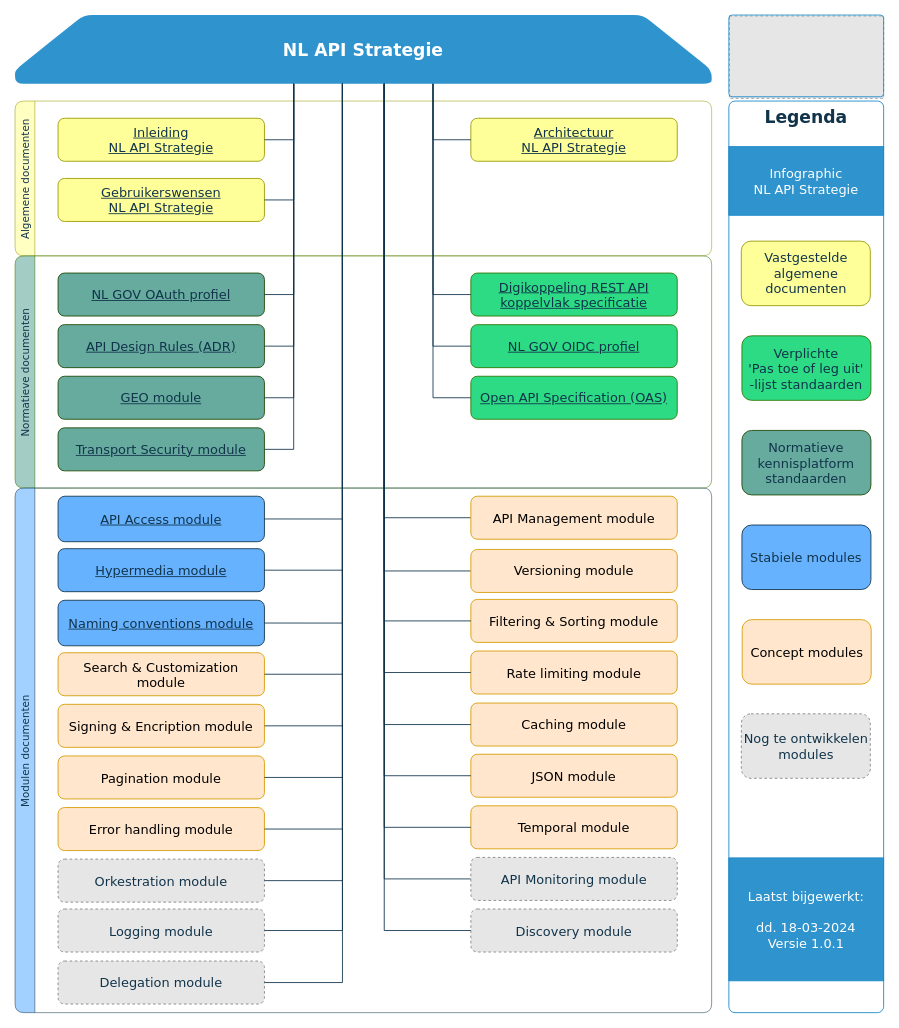
The draw.io diagram page "versie 101" (1 of 2) of media/API infographic.drawio in Geonovum/KP-APIs, before the edit. Source tidied: cells renumbered, new cells numbered last; positions are measured from the earlier drawing's top-left corner, leaving out a move shared by most shapes. Both pictures are drawn from the tidied source at 86%, with x=0, y=0 at pixel (15, 15). Pictures stored in the file or linked from it are replaced by grey dashed boxes.
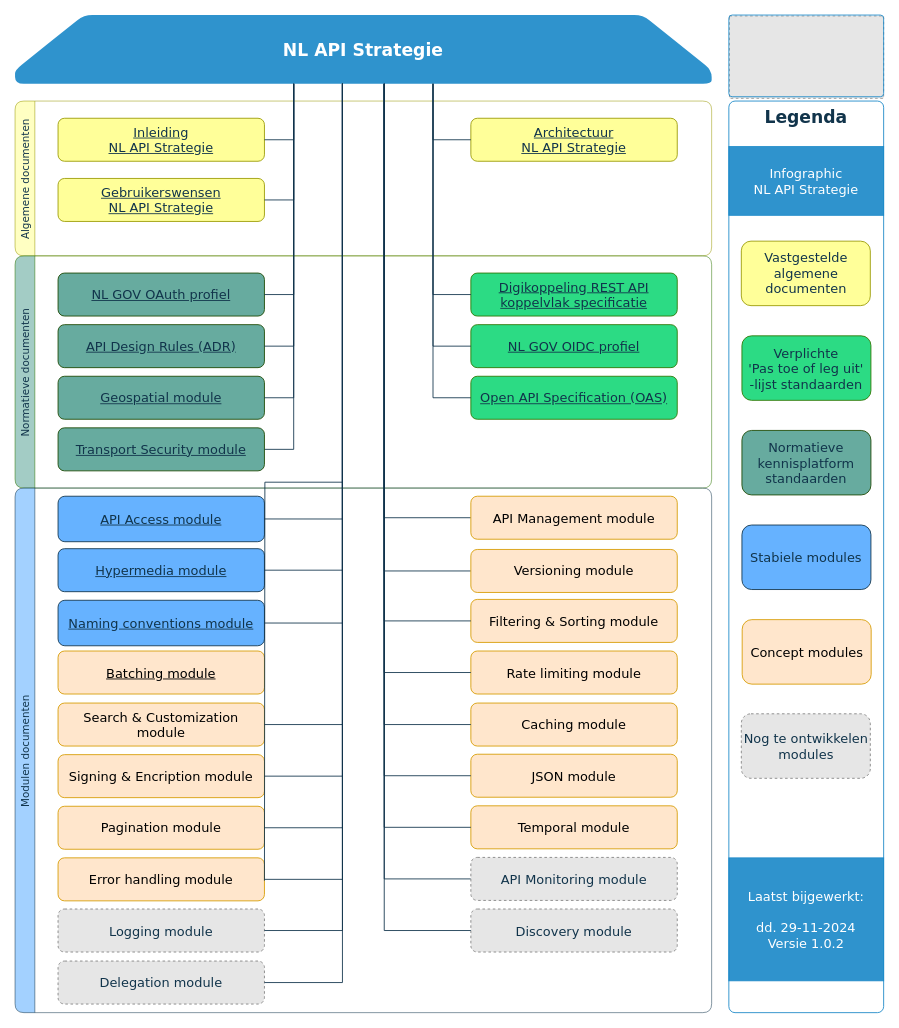
Above is the later version.

Unchanged cells that the change refers to:
```xml
<mxCell id="12" value="Normatieve documenten" style="swimlane;horizontal=0;rounded=1;strokeColor=#2D7600;fillColor=#67AB9F;fontFamily=Verdana;fontStyle=0;opacity=60;fontColor=#11344B;fontSize=12;" parent="1" vertex="1">
  <mxGeometry y="280" width="810" height="270" as="geometry" />
</mxCell>
<mxCell id="20" value="&lt;span&gt;NL API Strategie&lt;/span&gt;" style="shape=loopLimit;whiteSpace=wrap;html=1;fontSize=20;fillColor=#1988C8;fontFamily=Verdana;fontStyle=1;size=140;fontColor=#FFFFFF;strokeColor=none;rounded=1;points=[[0,0,0,0,0],[0,0.26,0,0,0],[0,0.5,0,0,0],[0,0.74,0,0,0],[0,1,0,0,0],[0.07,1,0,0,0],[0.13,1,0,0,0],[0.2,1,0,0,0],[0.25,0,0,0,0],[0.25,1,0,0,0],[0.27,1,0,0,0],[0.33,1,0,0,0],[0.4,1,0,0,0],[0.47,1,0,0,0],[0.5,0,0,0,0],[0.5,1,0,0,0],[0.53,1,0,0,0],[0.6,1,0,0,0],[0.67,1,0,0,0],[0.73,1,0,0,0],[0.75,0,0,0,0],[0.75,1,0,0,0],[0.8,1,0,0,0],[0.87,1,0,0,0],[0.93,1,0,0,0],[1,0,0,0,0],[1,0.26,0,0,0],[1,0.5,0,0,0],[1,0.76,0,0,0],[1,1,0,0,0]];opacity=90;shadow=0;sketch=0;" parent="1" vertex="1">
  <mxGeometry width="810" height="79.9" as="geometry" />
</mxCell>
<mxCell id="21" value="Modulen documenten" style="swimlane;horizontal=0;rounded=1;strokeColor=#11344B;fillColor=#66B2FF;fontFamily=Verdana;fontStyle=0;opacity=60;fontColor=#11344B;fontSize=12;" parent="1" vertex="1">
  <mxGeometry y="550" width="810" height="610" as="geometry" />
</mxCell>
```

The edit, as a diff of the source:
```diff
@@
-<mxGraphModel>
+<mxGraphModel background="#ffffff">
@@
-    <mxCell id="18" value="GEO module" style="rounded=1;whiteSpace=wrap;html=1;fontSize=15;fontStyle=4;fillColor=#67AB9F;strokeColor=#1B4700;fontColor=#11344B;fontFamily=Verdana;" parent="12" vertex="1">
+    <mxCell id="18" value="Geospatial module" style="rounded=1;whiteSpace=wrap;html=1;fontSize=15;fontStyle=4;fillColor=#67AB9F;strokeColor=#1B4700;fontColor=#11344B;fontFamily=Verdana;" parent="12" vertex="1">
       <mxGeometry x="50" y="140" width="240" height="50" as="geometry" />
     </mxCell>
@@
     <mxCell id="25" value="Signing &amp;amp; Encription module" style="rounded=1;whiteSpace=wrap;html=1;fontSize=15;fontStyle=0;fillColor=#ffe6cc;strokeColor=#d79b00;fontColor=default;fontFamily=Verdana;" parent="21" vertex="1">
-      <mxGeometry x="50" y="251.5" width="240" height="50" as="geometry" />
+      <mxGeometry x="50" y="310" width="240" height="50" as="geometry" />
     </mxCell>
@@
     <mxCell id="29" value="Search &amp;amp; Customization module" style="rounded=1;whiteSpace=wrap;html=1;fontSize=15;fontStyle=0;fillColor=#ffe6cc;strokeColor=#d79b00;fontColor=default;fontFamily=Verdana;" parent="21" vertex="1">
-      <mxGeometry x="50" y="191.5" width="240" height="50" as="geometry" />
+      <mxGeometry x="50" y="250" width="240" height="50" as="geometry" />
     </mxCell>
@@
     <mxCell id="32" value="Pagination module" style="rounded=1;whiteSpace=wrap;html=1;fontSize=15;fontStyle=0;fillColor=#ffe6cc;strokeColor=#d79b00;fontColor=default;fontFamily=Verdana;" parent="21" vertex="1">
-      <mxGeometry x="50" y="311.5" width="240" height="50" as="geometry" />
+      <mxGeometry x="50" y="370" width="240" height="50" as="geometry" />
     </mxCell>
@@
     <mxCell id="35" value="Error handling module" style="rounded=1;whiteSpace=wrap;html=1;fontSize=15;fontStyle=0;fillColor=#ffe6cc;strokeColor=#d79b00;fontColor=default;fontFamily=Verdana;" parent="21" vertex="1">
-      <mxGeometry x="50" y="371.5" width="240" height="50" as="geometry" />
+      <mxGeometry x="50" y="430" width="240" height="50" as="geometry" />
     </mxCell>
@@
-    <mxCell id="37" value="Orkestration module" style="rounded=1;whiteSpace=wrap;html=1;fontSize=15;fontStyle=0;fillColor=#E6E6E6;strokeColor=#808080;fontColor=#11344B;fontFamily=Verdana;dashed=1;" parent="21" vertex="1">
-      <mxGeometry x="50" y="431.5" width="240" height="50" as="geometry" />
-    </mxCell>
@@
+    <mxCell id="76" value="&lt;u&gt;Batching module&lt;/u&gt;" style="rounded=1;whiteSpace=wrap;html=1;fontSize=15;fontStyle=0;fillColor=#ffe6cc;strokeColor=#d79b00;fontColor=default;fontFamily=Verdana;" parent="21" vertex="1">
+      <mxGeometry x="50" y="189.5" width="240" height="50" as="geometry" />
+    </mxCell>
@@
-    <mxCell id="52" value="Laatst bijgewerkt:&lt;br&gt;&lt;br&gt;dd. 18-03-2024&lt;br&gt;Versie 1.0.1" style="text;html=1;strokeColor=#1988C8;fillColor=#1988C8;align=center;verticalAlign=middle;whiteSpace=wrap;rounded=0;fontFamily=Verdana;fontSize=15;fontColor=#FFFFFF;opacity=90;" parent="1" vertex="1">
+    <mxCell id="52" value="Laatst bijgewerkt:&lt;br&gt;&lt;br&gt;dd. 29-11-2024&lt;br&gt;Versie 1.0.2" style="text;html=1;strokeColor=#1988C8;fillColor=#1988C8;align=center;verticalAlign=middle;whiteSpace=wrap;rounded=0;fontFamily=Verdana;fontSize=15;fontColor=#FFFFFF;opacity=90;" parent="1" vertex="1">
       <mxGeometry x="830" y="980" width="180" height="143" as="geometry" />
     </mxCell>
@@
-    <mxCell id="69" style="endArrow=none;html=1;rounded=0;fontFamily=Verdana;fontColor=#11344B;strokeColor=#11344B;entryX=0.47;entryY=1;entryDx=0;entryDy=0;entryPerimeter=0;exitX=1;exitY=0.5;exitDx=0;exitDy=0;edgeStyle=orthogonalEdgeStyle;" parent="1" edge="1" source="37" target="20">
-      <mxGeometry relative="1" as="geometry" />
+    <mxCell id="69" style="endArrow=none;html=1;rounded=0;fontFamily=Verdana;fontColor=#11344B;strokeColor=#11344B;entryX=0.47;entryY=1;entryDx=0;entryDy=0;entryPerimeter=0;exitX=1;exitY=0.5;exitDx=0;exitDy=0;edgeStyle=orthogonalEdgeStyle;" parent="1" edge="1" target="20">
+      <mxGeometry relative="1" as="geometry">
+        <mxPoint x="290" y="1006.5" as="sourcePoint" />
+      </mxGeometry>
     </mxCell>
```
